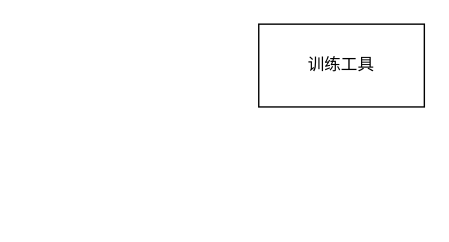
Earlier version of the draw.io diagram page "project" (2 of 2) of assets/drawio/project.drawio (atanx/atanx.github.io). Source tidied: cells renumbered, new cells numbered last; positions are measured from the earlier drawing's top-left corner, leaving out a move shared by most shapes. Both pictures are drawn from the tidied source at 138%, with x=0, y=0 at pixel (258, 23).
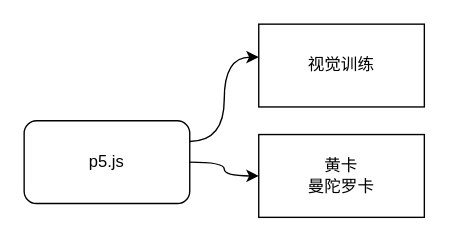
After the change.

Diff of the diagram source:
```diff
@@
 <mxGraphModel>
   <root>
     <mxCell id="0" />
     <mxCell id="1" parent="0" />
-    <mxCell id="2" value="训练工具" style="rounded=0;whiteSpace=wrap;html=1;" parent="1" vertex="1">
+    <mxCell id="2" value="&lt;span&gt;视觉训练&lt;/span&gt;" style="rounded=0;whiteSpace=wrap;html=1;" parent="1" vertex="1">
       <mxGeometry width="120" height="60" as="geometry" />
     </mxCell>
+    <mxCell id="3" value="黄卡&lt;br&gt;曼陀罗卡&lt;br&gt;" style="rounded=0;whiteSpace=wrap;html=1;" parent="1" vertex="1">
+      <mxGeometry y="80" width="120" height="60" as="geometry" />
+    </mxCell>
+    <mxCell id="4" style="edgeStyle=orthogonalEdgeStyle;rounded=0;jettySize=auto;html=1;curved=1;" parent="1" edge="1" source="6" target="3">
+      <mxGeometry relative="1" as="geometry" />
+    </mxCell>
+    <mxCell id="5" style="edgeStyle=orthogonalEdgeStyle;curved=1;rounded=0;jettySize=auto;html=1;exitX=1;exitY=0.25;exitDx=0;exitDy=0;entryX=0;entryY=0.398;entryDx=0;entryDy=0;entryPerimeter=0;" parent="1" edge="1" source="6" target="2">
+      <mxGeometry relative="1" as="geometry" />
+    </mxCell>
+    <mxCell id="6" value="p5.js" style="rounded=1;whiteSpace=wrap;html=1;" parent="1" vertex="1">
+      <mxGeometry x="-170" y="70" width="120" height="60" as="geometry" />
+    </mxCell>
   </root>
 </mxGraphModel>
```
